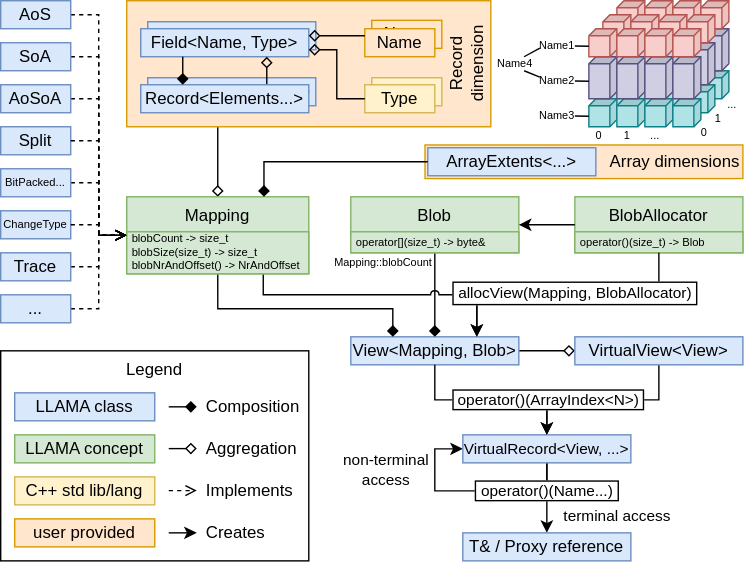
The draw.io diagram docs/images/overview.svg in alpaka-group/llama, before a commit. Source tidied: cells renumbered, new cells last; positions are measured from the earlier drawing's top-left corner, leaving out a move shared by most shapes.
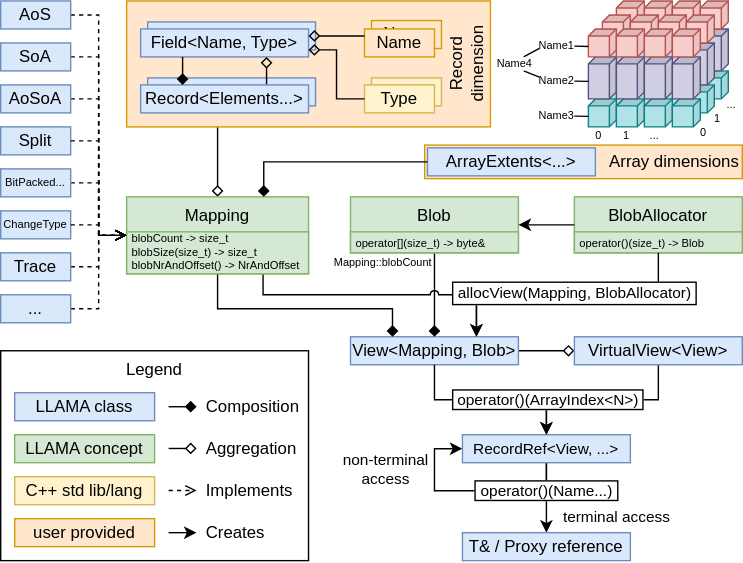
Above is the later version.

What changed in the source:
```diff
@@ -38,7 +38,7 @@
         <mxPoint x="50" y="29.5" as="offset" />
       </mxGeometry>
     </mxCell>
-    <mxCell id="10" value="VirtualRecord&amp;lt;View, ...&amp;gt;" style="rounded=0;whiteSpace=wrap;html=1;fillColor=#dae8fc;strokeColor=#6c8ebf;fontSize=11;" parent="1" vertex="1">
+    <mxCell id="10" value="RecordRef&amp;lt;View, ...&amp;gt;" style="rounded=0;whiteSpace=wrap;html=1;fillColor=#dae8fc;strokeColor=#6c8ebf;fontSize=11;" parent="1" vertex="1">
       <mxGeometry x="330" y="310" width="120" height="20" as="geometry" />
     </mxCell>
     <mxCell id="11" style="edgeStyle=orthogonalEdgeStyle;rounded=0;jettySize=auto;html=1;fontColor=#000000;" parent="1" edge="1" source="12" target="10">
```
